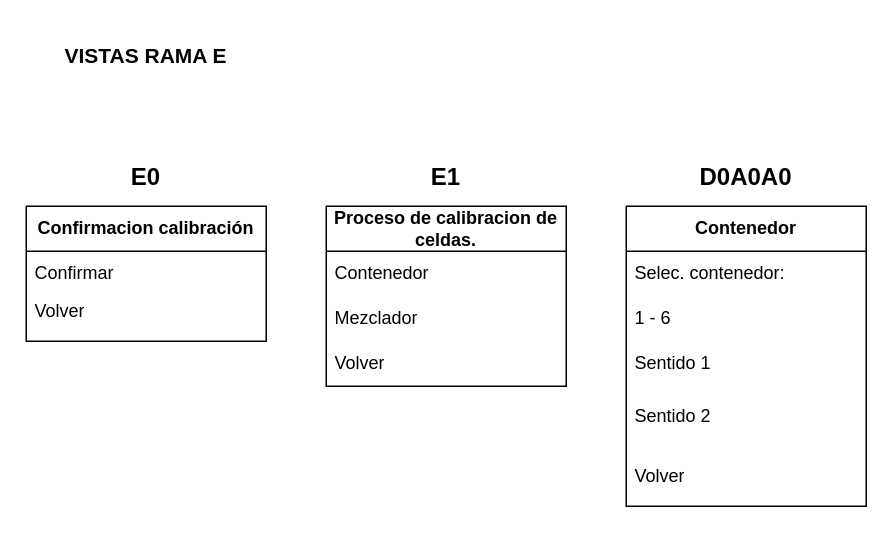
BrunoEdPerezS/sopaMENU keeps this draw.io diagram as Esquemas/draw/VistasRAMA_E.drawio. Above is the earlier version. Source tidied: cells renumbered, new cells numbered last; positions are measured from the earlier drawing's top-left corner, leaving out a move shared by most shapes. Both pictures are drawn from the tidied source at 150%, with x=0, y=0 at pixel (26, 26).
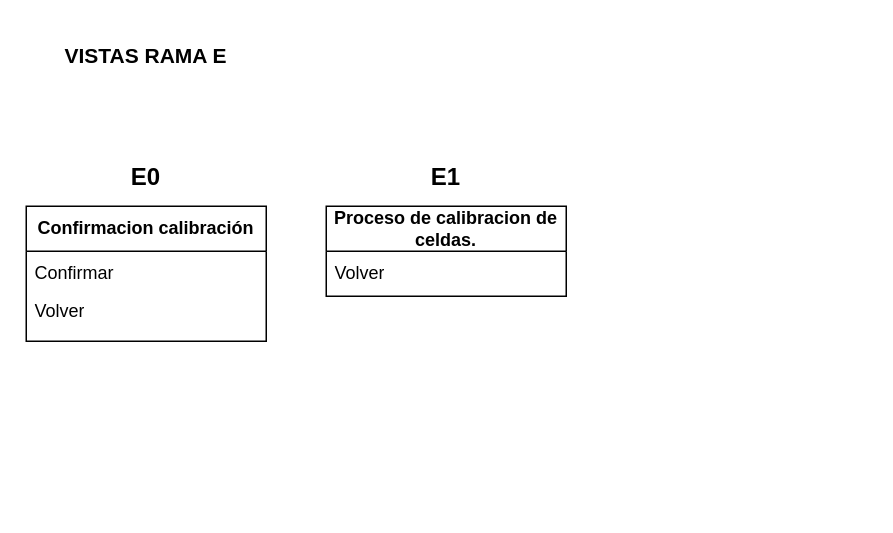
Above is the later version.

Change to the diagram source:
```diff
@@
 <mxGraphModel>
   <root>
     <mxCell id="0" />
     <mxCell id="1" parent="0" />
     <mxCell id="2" value="&lt;b&gt;Confirmacion calibración&lt;/b&gt;" style="swimlane;fontStyle=0;horizontal=1;startSize=30;whiteSpace=wrap;html=1;" parent="1" vertex="1">
       <mxGeometry y="120" width="160" height="90" as="geometry" />
     </mxCell>
     <mxCell id="3" value="Confirmar" style="text;strokeColor=none;fillColor=none;align=left;verticalAlign=middle;spacingLeft=4;spacingRight=4;overflow=hidden;whiteSpace=wrap;html=1;" parent="2" vertex="1">
       <mxGeometry y="30" width="160" height="30" as="geometry" />
     </mxCell>
     <mxCell id="4" value="Volver" style="text;strokeColor=none;fillColor=none;align=left;verticalAlign=middle;spacingLeft=4;spacingRight=4;overflow=hidden;whiteSpace=wrap;html=1;" parent="2" vertex="1">
       <mxGeometry y="60" width="160" height="20" as="geometry" />
     </mxCell>
     <mxCell id="5" style="text;strokeColor=none;fillColor=none;align=left;verticalAlign=middle;spacingLeft=4;spacingRight=4;overflow=hidden;whiteSpace=wrap;html=1;" parent="2" vertex="1">
       <mxGeometry y="80" width="160" height="10" as="geometry" />
     </mxCell>
     <mxCell id="6" value="&lt;b&gt;&lt;font style=&quot;font-size: 14px;&quot;&gt;VISTAS RAMA E&lt;/font&gt;&lt;/b&gt;" style="text;html=1;strokeColor=none;fillColor=none;align=center;verticalAlign=middle;whiteSpace=wrap;rounded=0;" parent="1" vertex="1">
       <mxGeometry width="160" height="40" as="geometry" />
     </mxCell>
     <mxCell id="7" value="&lt;b&gt;Proceso de calibracion de celdas.&lt;/b&gt;" style="swimlane;fontStyle=0;horizontal=1;startSize=30;whiteSpace=wrap;html=1;" parent="1" vertex="1">
-      <mxGeometry x="200" y="120" width="160" height="120" as="geometry" />
+      <mxGeometry x="200" y="120" width="160" height="60" as="geometry" />
     </mxCell>
-    <mxCell id="8" value="Contenedor" style="text;strokeColor=none;fillColor=none;align=left;verticalAlign=middle;spacingLeft=4;spacingRight=4;overflow=hidden;whiteSpace=wrap;html=1;" parent="7" vertex="1">
-      <mxGeometry y="30" width="160" height="30" as="geometry" />
-    </mxCell>
-    <mxCell id="9" value="Mezclador" style="text;strokeColor=none;fillColor=none;align=left;verticalAlign=middle;spacingLeft=4;spacingRight=4;overflow=hidden;whiteSpace=wrap;html=1;" parent="7" vertex="1">
-      <mxGeometry y="60" width="160" height="30" as="geometry" />
-    </mxCell>
     <mxCell id="10" value="Volver" style="text;strokeColor=none;fillColor=none;align=left;verticalAlign=middle;spacingLeft=4;spacingRight=4;overflow=hidden;whiteSpace=wrap;html=1;" parent="7" vertex="1">
-      <mxGeometry y="90" width="160" height="30" as="geometry" />
+      <mxGeometry y="30" width="160" height="30" as="geometry" />
     </mxCell>
     <mxCell id="11" value="&lt;span style=&quot;font-size: 16px;&quot;&gt;&lt;b&gt;E0&lt;/b&gt;&lt;/span&gt;" style="text;html=1;strokeColor=none;fillColor=none;align=center;verticalAlign=middle;whiteSpace=wrap;rounded=0;" parent="1" vertex="1">
       <mxGeometry x="40" y="80" width="80" height="40" as="geometry" />
     </mxCell>
     <mxCell id="12" value="&lt;font style=&quot;font-size: 16px;&quot;&gt;&lt;b&gt;E1&lt;/b&gt;&lt;/font&gt;" style="text;html=1;strokeColor=none;fillColor=none;align=center;verticalAlign=middle;whiteSpace=wrap;rounded=0;" parent="1" vertex="1">
       <mxGeometry x="240" y="80" width="80" height="40" as="geometry" />
     </mxCell>
-    <mxCell id="13" value="&lt;b&gt;Contenedor&lt;/b&gt;" style="swimlane;fontStyle=0;horizontal=1;startSize=30;whiteSpace=wrap;html=1;" parent="1" vertex="1">
-      <mxGeometry x="400" y="120" width="160" height="200" as="geometry" />
-    </mxCell>
-    <mxCell id="14" value="Selec. contenedor:" style="text;strokeColor=none;fillColor=none;align=left;verticalAlign=middle;spacingLeft=4;spacingRight=4;overflow=hidden;whiteSpace=wrap;html=1;" parent="13" vertex="1">
-      <mxGeometry y="30" width="160" height="30" as="geometry" />
-    </mxCell>
-    <mxCell id="15" value="1 - 6" style="text;strokeColor=none;fillColor=none;align=left;verticalAlign=middle;spacingLeft=4;spacingRight=4;overflow=hidden;whiteSpace=wrap;html=1;" parent="13" vertex="1">
-      <mxGeometry y="60" width="160" height="30" as="geometry" />
-    </mxCell>
-    <mxCell id="16" value="Sentido 1" style="text;strokeColor=none;fillColor=none;align=left;verticalAlign=middle;spacingLeft=4;spacingRight=4;overflow=hidden;whiteSpace=wrap;html=1;" parent="13" vertex="1">
-      <mxGeometry y="90" width="160" height="30" as="geometry" />
-    </mxCell>
-    <mxCell id="17" value="Sentido 2" style="text;strokeColor=none;fillColor=none;align=left;verticalAlign=middle;spacingLeft=4;spacingRight=4;overflow=hidden;whiteSpace=wrap;html=1;" parent="13" vertex="1">
-      <mxGeometry y="120" width="160" height="40" as="geometry" />
-    </mxCell>
-    <mxCell id="18" value="Volver" style="text;strokeColor=none;fillColor=none;align=left;verticalAlign=middle;spacingLeft=4;spacingRight=4;overflow=hidden;whiteSpace=wrap;html=1;" parent="13" vertex="1">
-      <mxGeometry y="160" width="160" height="40" as="geometry" />
-    </mxCell>
-    <mxCell id="19" value="&lt;font style=&quot;font-size: 16px;&quot;&gt;&lt;b&gt;D0A0A0&lt;/b&gt;&lt;/font&gt;" style="text;html=1;strokeColor=none;fillColor=none;align=center;verticalAlign=middle;whiteSpace=wrap;rounded=0;" parent="1" vertex="1">
-      <mxGeometry x="440" y="80" width="80" height="40" as="geometry" />
-    </mxCell>
   </root>
 </mxGraphModel>
```
